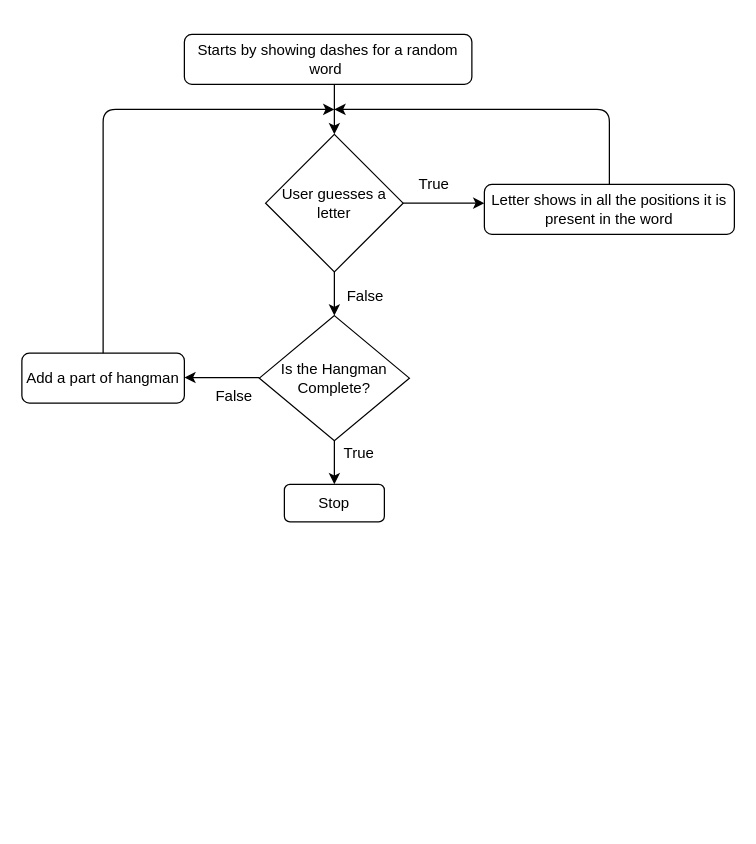
Above: Untitled Diagram.drawio in dabboos/Project0 (draw.io), before the change. Source tidied: cells renumbered, new cells numbered last; positions are measured from the earlier drawing's top-left corner, leaving out a move shared by most shapes. Both pictures are drawn from the tidied source at 125%, with x=0, y=0 at pixel (21, 34).
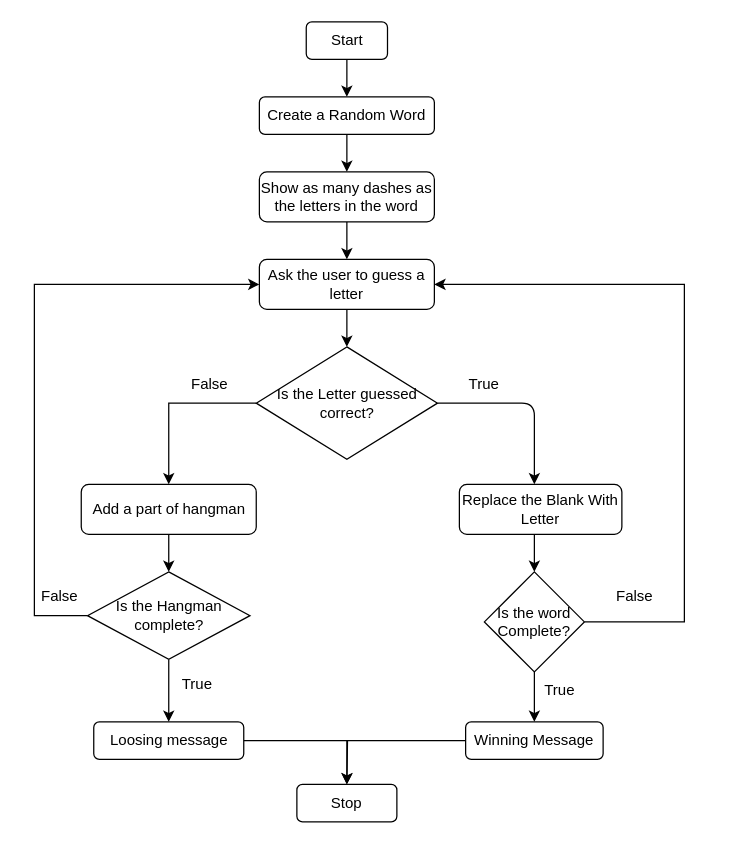
The same page after the edit.

What changed in the source:
```diff
@@
+    <mxCell id="19" style="edgeStyle=orthogonalEdgeStyle;rounded=0;jettySize=auto;html=1;entryX=0.5;entryY=0;entryDx=0;entryDy=0;exitX=0;exitY=0.5;exitDx=0;exitDy=0;" parent="1" edge="1" source="2" target="16">
+      <mxGeometry relative="1" as="geometry">
+        <Array as="points">
+          <mxPoint x="118" y="295" />
+        </Array>
+      </mxGeometry>
+    </mxCell>
-    <mxCell id="2" value="&lt;span&gt;User guesses a letter&lt;/span&gt;" style="rhombus;whiteSpace=wrap;html=1;" parent="1" vertex="1">
-      <mxGeometry x="195" y="80" width="110" height="110" as="geometry" />
+    <mxCell id="2" value="&lt;span&gt;Is the Letter guessed correct?&lt;/span&gt;" style="rhombus;whiteSpace=wrap;html=1;" parent="1" vertex="1">
+      <mxGeometry x="187.5" y="250" width="145" height="90" as="geometry" />
     </mxCell>
     <mxCell id="3" style="endArrow=classic;html=1;exitX=1;exitY=0.5;exitDx=0;exitDy=0;" parent="1" edge="1" source="2">
       <mxGeometry relative="1" as="geometry">
-        <mxPoint x="370" y="135" as="targetPoint" />
+        <mxPoint x="410" y="360" as="targetPoint" />
         <Array as="points">
-          <mxPoint x="330" y="135" />
+          <mxPoint x="410" y="295" />
         </Array>
       </mxGeometry>
     </mxCell>
-    <mxCell id="4" style="endArrow=classic;html=1;entryX=0.5;entryY=0;entryDx=0;entryDy=0;exitX=0.5;exitY=1;exitDx=0;exitDy=0;" parent="1" edge="1" target="2">
-      <mxGeometry relative="1" as="geometry">
-        <mxPoint x="250" y="40" as="sourcePoint" />
-      </mxGeometry>
+    <mxCell id="4" style="endArrow=classic;html=1;entryX=0.5;entryY=0;entryDx=0;entryDy=0;exitX=0.5;exitY=1;exitDx=0;exitDy=0;" parent="1" edge="1" source="25" target="2">
+      <mxGeometry relative="1" as="geometry" />
     </mxCell>
     <mxCell id="5" value="True" style="text;html=1;strokeColor=none;fillColor=none;align=center;verticalAlign=middle;whiteSpace=wrap;rounded=0;" parent="1" vertex="1">
-      <mxGeometry x="310" y="110" width="40" height="20" as="geometry" />
+      <mxGeometry x="350" y="270" width="40" height="20" as="geometry" />
     </mxCell>
-    <mxCell id="6" value="Letter shows in all the positions it is present in the word" style="rounded=1;whiteSpace=wrap;html=1;" parent="1" vertex="1">
-      <mxGeometry x="370" y="120" width="200" height="40" as="geometry" />
-    </mxCell>
-    <mxCell id="7" style="endArrow=classic;html=1;exitX=0.5;exitY=0;exitDx=0;exitDy=0;" parent="1" edge="1" source="6">
-      <mxGeometry relative="1" as="geometry">
-        <mxPoint x="250" y="60" as="targetPoint" />
-        <Array as="points">
-          <mxPoint x="470" y="60" />
-        </Array>
-      </mxGeometry>
-    </mxCell>
-    <mxCell id="8" style="endArrow=classic;html=1;exitX=0.5;exitY=1;exitDx=0;exitDy=0;entryX=0.5;entryY=0;entryDx=0;entryDy=0;" parent="1" edge="1" source="2" target="10">
-      <mxGeometry relative="1" as="geometry" />
-    </mxCell>
-    <mxCell id="9" value="False" style="text;html=1;strokeColor=none;fillColor=none;align=center;verticalAlign=middle;whiteSpace=wrap;rounded=0;" parent="1" vertex="1">
-      <mxGeometry x="255" y="200" width="40" height="20" as="geometry" />
-    </mxCell>
-    <mxCell id="10" value="Is the Hangman Complete?" style="rhombus;whiteSpace=wrap;html=1;" parent="1" vertex="1">
-      <mxGeometry x="190" y="225" width="120" height="100" as="geometry" />
-    </mxCell>
-    <mxCell id="11" style="endArrow=classic;html=1;exitX=0.5;exitY=1;exitDx=0;exitDy=0;entryX=0.5;entryY=0;entryDx=0;entryDy=0;" parent="1" edge="1" source="10" target="12">
-      <mxGeometry relative="1" as="geometry" />
-    </mxCell>
     <mxCell id="12" value="Stop" style="rounded=1;whiteSpace=wrap;html=1;" parent="1" vertex="1">
-      <mxGeometry x="210" y="360" width="80" height="30" as="geometry" />
+      <mxGeometry x="220" y="600" width="80" height="30" as="geometry" />
     </mxCell>
-    <mxCell id="13" value="True" style="text;html=1;strokeColor=none;fillColor=none;align=center;verticalAlign=middle;whiteSpace=wrap;rounded=0;" parent="1" vertex="1">
-      <mxGeometry x="250" y="325" width="40" height="20" as="geometry" />
-    </mxCell>
-    <mxCell id="14" style="endArrow=classic;html=1;" parent="1" edge="1">
-      <mxGeometry relative="1" as="geometry">
-        <mxPoint x="190" y="274.5" as="sourcePoint" />
-        <mxPoint x="130" y="274.5" as="targetPoint" />
-      </mxGeometry>
-    </mxCell>
-    <mxCell id="15" value="False" style="text;html=1;strokeColor=none;fillColor=none;align=center;verticalAlign=middle;whiteSpace=wrap;rounded=0;" parent="1" vertex="1">
-      <mxGeometry x="150" y="280" width="40" height="20" as="geometry" />
-    </mxCell>
+    <mxCell id="20" style="edgeStyle=orthogonalEdgeStyle;rounded=0;jettySize=auto;html=1;entryX=0.5;entryY=0;entryDx=0;entryDy=0;" parent="1" edge="1" source="18" target="22">
+      <mxGeometry relative="1" as="geometry" />
+    </mxCell>
+    <mxCell id="18" value="&lt;span&gt;Start&lt;/span&gt;" style="rounded=1;whiteSpace=wrap;html=1;" parent="1" vertex="1">
+      <mxGeometry x="227.5" y="-10" width="65" height="30" as="geometry" />
+    </mxCell>
+    <mxCell id="21" style="edgeStyle=orthogonalEdgeStyle;rounded=0;jettySize=auto;html=1;entryX=0.5;entryY=0;entryDx=0;entryDy=0;" parent="1" edge="1" source="22" target="24">
+      <mxGeometry relative="1" as="geometry" />
+    </mxCell>
+    <mxCell id="22" value="Create a Random Word" style="rounded=1;whiteSpace=wrap;html=1;" parent="1" vertex="1">
+      <mxGeometry x="190" y="50" width="140" height="30" as="geometry" />
+    </mxCell>
+    <mxCell id="23" style="edgeStyle=orthogonalEdgeStyle;rounded=0;jettySize=auto;html=1;entryX=0.5;entryY=0;entryDx=0;entryDy=0;" parent="1" edge="1" source="24" target="25">
+      <mxGeometry relative="1" as="geometry" />
+    </mxCell>
+    <mxCell id="24" value="Show as many dashes as the letters in the word" style="rounded=1;whiteSpace=wrap;html=1;" parent="1" vertex="1">
+      <mxGeometry x="190" y="110" width="140" height="40" as="geometry" />
+    </mxCell>
+    <mxCell id="25" value="Ask the user to guess a letter" style="rounded=1;whiteSpace=wrap;html=1;" parent="1" vertex="1">
+      <mxGeometry x="190" y="180" width="140" height="40" as="geometry" />
+    </mxCell>
+    <mxCell id="26" style="edgeStyle=orthogonalEdgeStyle;rounded=0;jettySize=auto;html=1;entryX=0.5;entryY=0;entryDx=0;entryDy=0;exitX=0.5;exitY=1;exitDx=0;exitDy=0;" parent="1" edge="1" source="27" target="30">
+      <mxGeometry relative="1" as="geometry" />
+    </mxCell>
+    <mxCell id="27" value="Replace the Blank With Letter" style="rounded=1;whiteSpace=wrap;html=1;" parent="1" vertex="1">
+      <mxGeometry x="350" y="360" width="130" height="40" as="geometry" />
+    </mxCell>
+    <mxCell id="28" style="edgeStyle=orthogonalEdgeStyle;rounded=0;jettySize=auto;html=1;entryX=1;entryY=0.5;entryDx=0;entryDy=0;" parent="1" edge="1" source="30" target="25">
+      <mxGeometry relative="1" as="geometry">
+        <Array as="points">
+          <mxPoint x="530" y="470" />
+          <mxPoint x="530" y="200" />
+        </Array>
+      </mxGeometry>
+    </mxCell>
+    <mxCell id="29" style="edgeStyle=orthogonalEdgeStyle;rounded=0;jettySize=auto;html=1;" parent="1" edge="1" source="30">
+      <mxGeometry relative="1" as="geometry">
+        <mxPoint x="410" y="550" as="targetPoint" />
+      </mxGeometry>
+    </mxCell>
+    <mxCell id="30" value="Is the word Complete?" style="rhombus;whiteSpace=wrap;html=1;" parent="1" vertex="1">
+      <mxGeometry x="370" y="430" width="80" height="80" as="geometry" />
+    </mxCell>
+    <mxCell id="31" value="False" style="text;html=1;align=center;verticalAlign=middle;strokeColor=none;" parent="1" vertex="1">
+      <mxGeometry x="470" y="440" width="40" height="20" as="geometry" />
+    </mxCell>
+    <mxCell id="32" value="True" style="text;html=1;align=center;verticalAlign=middle;strokeColor=none;" parent="1" vertex="1">
+      <mxGeometry x="410" y="515" width="40" height="20" as="geometry" />
+    </mxCell>
+    <mxCell id="33" style="edgeStyle=orthogonalEdgeStyle;rounded=0;jettySize=auto;html=1;" parent="1" edge="1" source="34" target="12">
+      <mxGeometry relative="1" as="geometry" />
+    </mxCell>
+    <mxCell id="34" value="Winning Message" style="rounded=1;whiteSpace=wrap;html=1;" parent="1" vertex="1">
+      <mxGeometry x="355" y="550" width="110" height="30" as="geometry" />
+    </mxCell>
+    <mxCell id="35" value="False" style="text;html=1;align=center;verticalAlign=middle;strokeColor=none;" parent="1" vertex="1">
+      <mxGeometry x="130" y="270" width="40" height="20" as="geometry" />
+    </mxCell>
+    <mxCell id="36" style="edgeStyle=orthogonalEdgeStyle;rounded=0;jettySize=auto;html=1;entryX=0.5;entryY=0;entryDx=0;entryDy=0;" parent="1" edge="1" source="16" target="39">
+      <mxGeometry relative="1" as="geometry" />
+    </mxCell>
     <mxCell id="16" value="Add a part of hangman" style="rounded=1;whiteSpace=wrap;html=1;" parent="1" vertex="1">
-      <mxGeometry y="255" width="130" height="40" as="geometry" />
+      <mxGeometry x="47.5" y="360" width="140" height="40" as="geometry" />
     </mxCell>
-    <mxCell id="17" style="endArrow=classic;html=1;exitX=0.5;exitY=0;exitDx=0;exitDy=0;" parent="1" edge="1" source="16">
-      <mxGeometry relative="1" as="geometry">
-        <mxPoint x="250" y="60" as="targetPoint" />
-        <Array as="points">
-          <mxPoint x="65" y="60" />
-        </Array>
-      </mxGeometry>
-    </mxCell>
-    <mxCell id="18" value="&lt;span&gt;Starts by showing dashes for a random word&amp;nbsp;&lt;/span&gt;" style="rounded=1;whiteSpace=wrap;html=1;" parent="1" vertex="1">
-      <mxGeometry x="130" width="230" height="40" as="geometry" />
-    </mxCell>
+    <mxCell id="37" style="edgeStyle=orthogonalEdgeStyle;rounded=0;jettySize=auto;html=1;" parent="1" edge="1" source="39">
+      <mxGeometry relative="1" as="geometry">
+        <mxPoint x="117.5" y="550" as="targetPoint" />
+      </mxGeometry>
+    </mxCell>
+    <mxCell id="38" style="edgeStyle=orthogonalEdgeStyle;rounded=0;jettySize=auto;html=1;entryX=0;entryY=0.5;entryDx=0;entryDy=0;" parent="1" edge="1" source="39" target="25">
+      <mxGeometry relative="1" as="geometry">
+        <Array as="points">
+          <mxPoint x="10" y="465" />
+          <mxPoint x="10" y="200" />
+        </Array>
+      </mxGeometry>
+    </mxCell>
+    <mxCell id="39" value="Is the Hangman complete?" style="rhombus;whiteSpace=wrap;html=1;" parent="1" vertex="1">
+      <mxGeometry x="52.5" y="430" width="130" height="70" as="geometry" />
+    </mxCell>
+    <mxCell id="40" style="edgeStyle=orthogonalEdgeStyle;rounded=0;jettySize=auto;html=1;" parent="1" edge="1" source="41">
+      <mxGeometry relative="1" as="geometry">
+        <mxPoint x="260" y="600" as="targetPoint" />
+      </mxGeometry>
+    </mxCell>
+    <mxCell id="41" value="Loosing message" style="rounded=1;whiteSpace=wrap;html=1;" parent="1" vertex="1">
+      <mxGeometry x="57.5" y="550" width="120" height="30" as="geometry" />
+    </mxCell>
+    <mxCell id="42" value="True" style="text;html=1;align=center;verticalAlign=middle;strokeColor=none;" parent="1" vertex="1">
+      <mxGeometry x="120" y="510" width="40" height="20" as="geometry" />
+    </mxCell>
+    <mxCell id="43" value="False" style="text;html=1;align=center;verticalAlign=middle;strokeColor=none;" parent="1" vertex="1">
+      <mxGeometry x="10" y="440" width="40" height="20" as="geometry" />
+    </mxCell>
```
